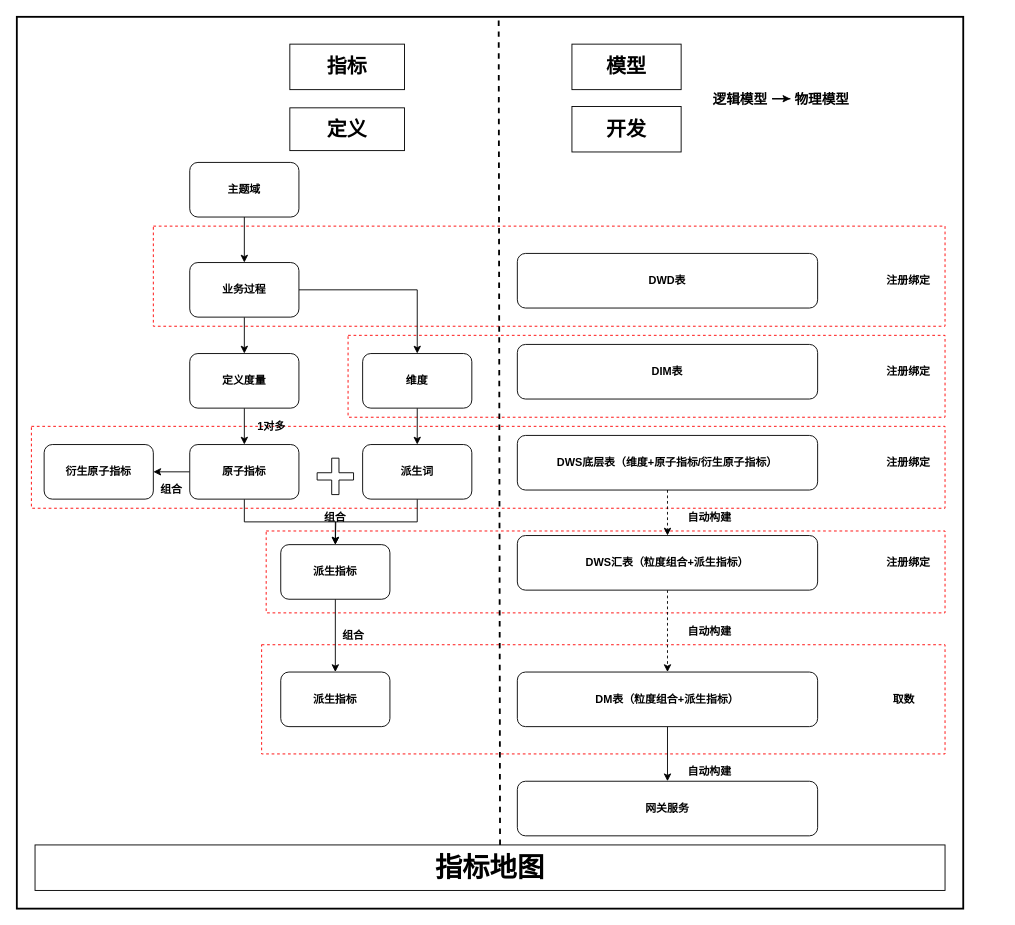
mineminemine123/work-wiki keeps this draw.io diagram as mt指标建设.drawio. Above is the earlier version. Source tidied: cells renumbered, new cells numbered last; positions are measured from the earlier drawing's top-left corner, leaving out a move shared by most shapes. Both pictures are drawn from the tidied source at 91%, with x=0, y=0 at pixel (16, 16).
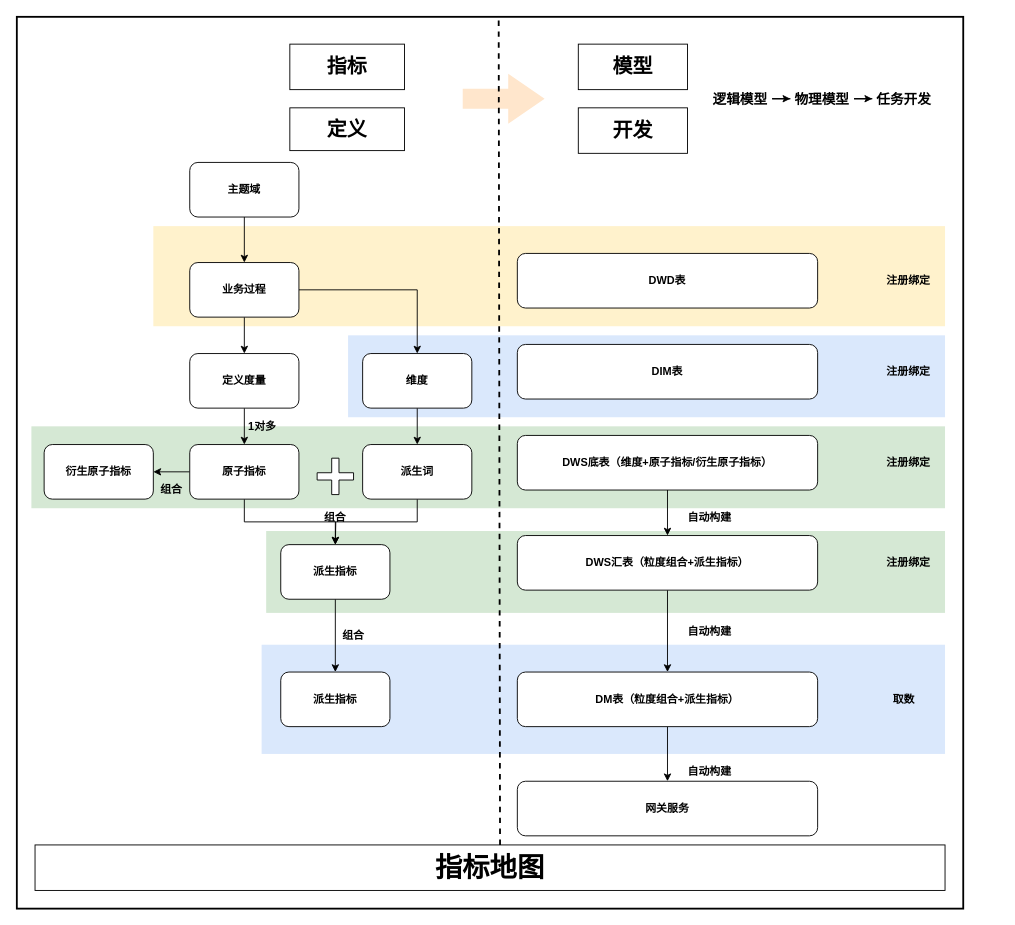
After the change.

Commit message (it also covers changes not shown here):
更新mt指标建设.drawio

The change refers to these unchanged cells:
```xml
<mxCell id="35" value="DWS汇表（粒度组合+派生指标）" style="rounded=1;whiteSpace=wrap;html=1;fontStyle=1;" parent="1" vertex="1">
  <mxGeometry x="550" y="570" width="330" height="60" as="geometry" />
</mxCell>
<mxCell id="37" value="DM表（粒度组合+派生指标）" style="rounded=1;whiteSpace=wrap;html=1;fontStyle=1;" parent="1" vertex="1">
  <mxGeometry x="550" y="720" width="330" height="60" as="geometry" />
</mxCell>
<mxCell id="50" value="&lt;font style=&quot;font-size: 30px;&quot;&gt;指标地图&lt;/font&gt;" style="rounded=0;whiteSpace=wrap;html=1;fontStyle=1;" parent="1" vertex="1">
  <mxGeometry x="20" y="910" width="1000" height="50" as="geometry" />
</mxCell>
<mxCell id="56" value="物理模型" style="text;html=1;strokeColor=none;fillColor=none;align=center;verticalAlign=middle;whiteSpace=wrap;rounded=0;fontStyle=1;fontSize=15;" parent="1" vertex="1">
  <mxGeometry x="850" y="80" width="70" height="20" as="geometry" />
</mxCell>
```

The edit, as a diff of the source:
```diff
@@
-    <mxCell id="3" style="rounded=0;whiteSpace=wrap;html=1;dashed=1;fontStyle=1;strokeColor=#FF0000;" parent="1" vertex="1">
+    <mxCell id="3" style="rounded=0;whiteSpace=wrap;html=1;dashed=1;fontStyle=1;strokeColor=none;fillColor=#d5e8d4;" parent="1" vertex="1">
       <mxGeometry x="16" y="450" width="1004" height="90" as="geometry" />
     </mxCell>
-    <mxCell id="4" style="rounded=0;whiteSpace=wrap;html=1;dashed=1;fontStyle=1;strokeColor=#FF0000;" parent="1" vertex="1">
+    <mxCell id="4" style="rounded=0;whiteSpace=wrap;html=1;dashed=1;fontStyle=1;strokeColor=none;fillColor=#dae8fc;" parent="1" vertex="1">
       <mxGeometry x="269" y="690" width="751" height="120" as="geometry" />
     </mxCell>
-    <mxCell id="5" style="rounded=0;whiteSpace=wrap;html=1;dashed=1;fontStyle=1;strokeColor=#FF0000;" parent="1" vertex="1">
+    <mxCell id="5" style="rounded=0;whiteSpace=wrap;html=1;dashed=1;fontStyle=1;strokeColor=none;fillColor=#d5e8d4;" parent="1" vertex="1">
       <mxGeometry x="274" y="565" width="746" height="90" as="geometry" />
     </mxCell>
@@
-    <mxCell id="7" style="rounded=0;whiteSpace=wrap;html=1;dashed=1;fontStyle=1;strokeColor=#FF0000;" parent="1" vertex="1">
+    <mxCell id="7" style="rounded=0;whiteSpace=wrap;html=1;dashed=1;fontStyle=1;strokeColor=none;fillColor=#dae8fc;" parent="1" vertex="1">
       <mxGeometry x="364" y="350" width="656" height="90" as="geometry" />
     </mxCell>
-    <mxCell id="8" style="rounded=0;whiteSpace=wrap;html=1;dashed=1;fontStyle=1;strokeColor=#FF0000;" parent="1" vertex="1">
+    <mxCell id="8" style="rounded=0;whiteSpace=wrap;html=1;dashed=1;fontStyle=1;strokeColor=none;fillColor=#fff2cc;" parent="1" vertex="1">
       <mxGeometry x="150" y="230" width="870" height="110" as="geometry" />
     </mxCell>
@@
-    <mxCell id="32" style="edgeStyle=orthogonalEdgeStyle;rounded=0;jettySize=auto;html=1;exitX=0.5;exitY=1;exitDx=0;exitDy=0;entryX=0.5;entryY=0;entryDx=0;entryDy=0;dashed=1;fontStyle=1;" parent="1" edge="1" source="33" target="35">
+    <mxCell id="32" style="edgeStyle=orthogonalEdgeStyle;rounded=0;jettySize=auto;html=1;exitX=0.5;exitY=1;exitDx=0;exitDy=0;entryX=0.5;entryY=0;entryDx=0;entryDy=0;fontStyle=1;" parent="1" edge="1" source="33" target="35">
       <mxGeometry relative="1" as="geometry" />
     </mxCell>
-    <mxCell id="33" value="DWS底层表（维度+原子指标/衍生原子指标）" style="rounded=1;whiteSpace=wrap;html=1;fontStyle=1;" parent="1" vertex="1">
+    <mxCell id="33" value="DWS底表（维度+原子指标/衍生原子指标）" style="rounded=1;whiteSpace=wrap;html=1;fontStyle=1;" parent="1" vertex="1">
       <mxGeometry x="550" y="460" width="330" height="60" as="geometry" />
     </mxCell>
-    <mxCell id="34" style="edgeStyle=orthogonalEdgeStyle;rounded=0;jettySize=auto;html=1;exitX=0.5;exitY=1;exitDx=0;exitDy=0;dashed=1;fontStyle=1;" parent="1" edge="1" source="35" target="37">
+    <mxCell id="34" style="edgeStyle=orthogonalEdgeStyle;rounded=0;jettySize=auto;html=1;exitX=0.5;exitY=1;exitDx=0;exitDy=0;fontStyle=1;" parent="1" edge="1" source="35" target="37">
       <mxGeometry relative="1" as="geometry" />
     </mxCell>
@@
-    <mxCell id="45" style="endArrow=none;html=1;dashed=1;strokeWidth=2;fontStyle=1;exitX=0.511;exitY=0;exitDx=0;exitDy=0;exitPerimeter=0;" parent="1" edge="1" source="50">
-      <mxGeometry relative="1" as="geometry">
-        <mxPoint x="529.5" as="targetPoint" />
-      </mxGeometry>
-    </mxCell>
     <mxCell id="46" value="&lt;span style=&quot;font-size: 22px;&quot;&gt;模型&lt;/span&gt;" style="text;html=1;strokeColor=#000000;fillColor=none;align=center;verticalAlign=middle;whiteSpace=wrap;rounded=0;fontStyle=1;" parent="1" vertex="1">
-      <mxGeometry x="610" y="30" width="120" height="50" as="geometry" />
+      <mxGeometry x="617" y="30" width="120" height="50" as="geometry" />
     </mxCell>
     <mxCell id="47" value="&lt;span style=&quot;font-size: 22px;&quot;&gt;开发&lt;/span&gt;" style="text;html=1;strokeColor=#000000;fillColor=none;align=center;verticalAlign=middle;whiteSpace=wrap;rounded=0;fontStyle=1;" parent="1" vertex="1">
-      <mxGeometry x="610" y="98.5" width="120" height="50" as="geometry" />
+      <mxGeometry x="617" y="100" width="120" height="50" as="geometry" />
     </mxCell>
@@
     <mxCell id="51" value="1对多" style="text;html=1;strokeColor=none;fillColor=none;align=center;verticalAlign=middle;whiteSpace=wrap;rounded=0;fontStyle=1;" parent="1" vertex="1">
-      <mxGeometry x="260" y="440" width="40" height="20" as="geometry" />
+      <mxGeometry x="250" y="440" width="40" height="20" as="geometry" />
     </mxCell>
@@
+    <mxCell id="57" style="edgeStyle=orthogonalEdgeStyle;rounded=0;jettySize=auto;html=1;exitX=1;exitY=0.5;exitDx=0;exitDy=0;fontSize=15;" parent="1" edge="1" source="56" target="59">
+      <mxGeometry relative="1" as="geometry" />
+    </mxCell>
@@
+    <mxCell id="58" style="html=1;shadow=0;dashed=0;align=center;verticalAlign=middle;shape=mxgraph.arrows2.arrow;dy=0.6;dx=40;notch=0;strokeColor=none;fontSize=15;fillColor=#ffe6cc;" parent="1" vertex="1">
+      <mxGeometry x="490" y="62.5" width="90" height="55" as="geometry" />
+    </mxCell>
+    <mxCell id="45" style="endArrow=none;html=1;dashed=1;strokeWidth=2;fontStyle=1;exitX=0.511;exitY=0;exitDx=0;exitDy=0;exitPerimeter=0;" parent="1" edge="1" source="50">
+      <mxGeometry relative="1" as="geometry">
+        <mxPoint x="529.5" as="targetPoint" />
+      </mxGeometry>
+    </mxCell>
+    <mxCell id="59" value="任务开发" style="text;html=1;strokeColor=none;fillColor=none;align=center;verticalAlign=middle;whiteSpace=wrap;rounded=0;fontStyle=1;fontSize=15;" parent="1" vertex="1">
+      <mxGeometry x="940" y="80" width="70" height="20" as="geometry" />
+    </mxCell>
```
